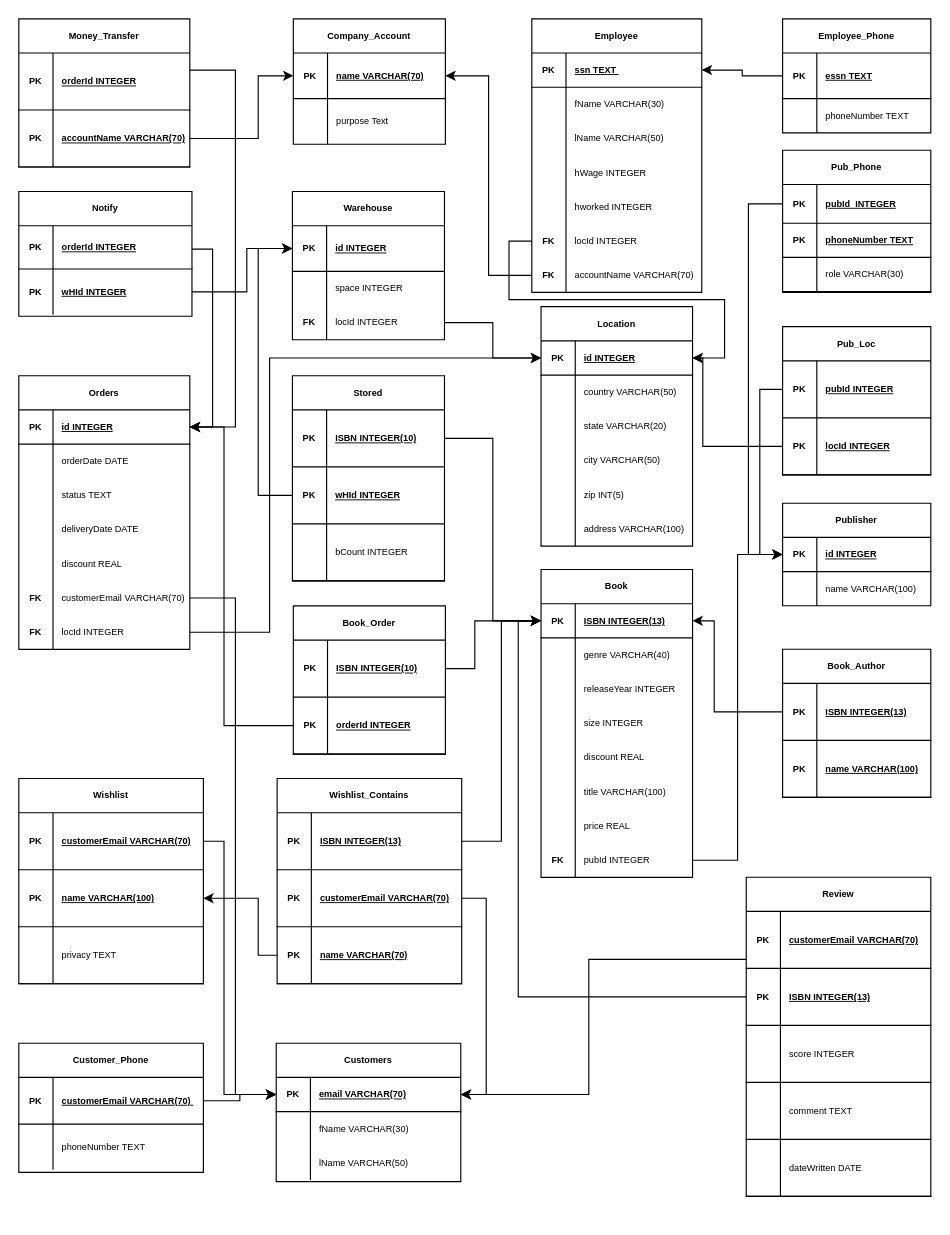
Above: RelatioalSchema.drawio in Will-Blanton/CSE_3241_Project (draw.io), before the change. Source tidied: cells renumbered, new cells numbered last; positions are measured from the earlier drawing's top-left corner, leaving out a move shared by most shapes. Both pictures are drawn from the tidied source at 114%, with x=0, y=0 at pixel (18, 7).
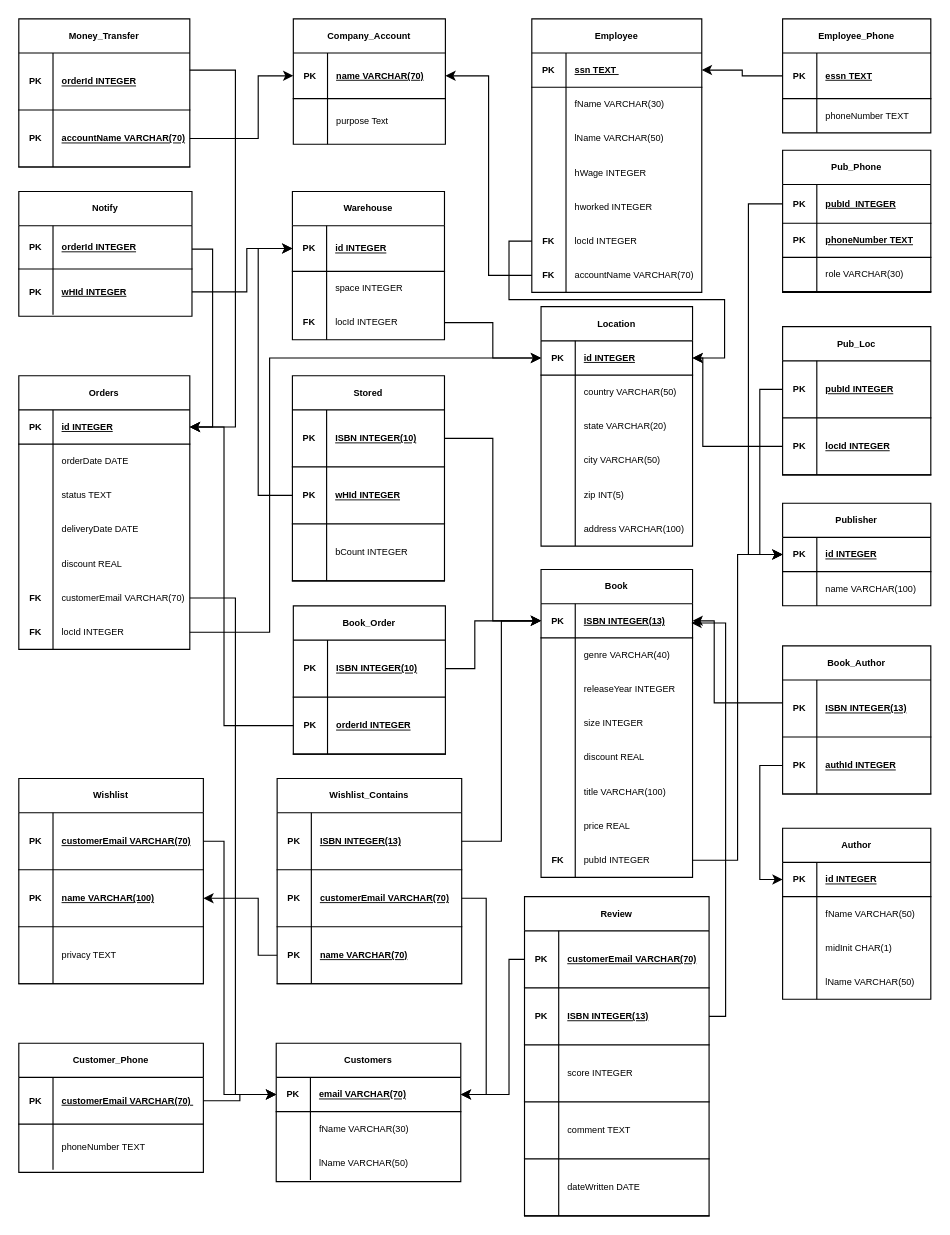
The same diagram, later.

Commit message:
Added author attribute

Unchanged cells that the change refers to:
```xml
<mxCell id="2" style="group;fontSize=8;" parent="1" vertex="1">
  <mxGeometry width="811.9" height="1060" as="geometry" />
</mxCell>
<mxCell id="45" style="shape=partialRectangle;fillColor=none;points=[[0,0.5],[1,0.5]];portConstraint=eastwest;top=0;left=0;right=0;bottom=1;fontSize=8;" parent="44" vertex="1">
  <mxGeometry y="30" width="161.9" height="30" as="geometry" />
</mxCell>
<mxCell id="76" style="shape=partialRectangle;fillColor=none;points=[[0,0.5],[1,0.5]];portConstraint=eastwest;top=0;left=0;right=0;bottom=1;fontSize=8;" parent="75" vertex="1">
  <mxGeometry y="30" width="132.9" height="30" as="geometry" />
</mxCell>
<mxCell id="101" style="shape=partialRectangle;fillColor=none;points=[[0,0.5],[1,0.5]];portConstraint=eastwest;top=0;left=0;right=0;bottom=1;fontSize=8;" parent="100" vertex="1">
  <mxGeometry y="30" width="130" height="50" as="geometry" />
</mxCell>
<mxCell id="104" style="shape=partialRectangle;fillColor=none;points=[[0,0.5],[1,0.5]];portConstraint=eastwest;top=0;left=0;right=0;bottom=1;fontSize=8;" parent="100" vertex="1">
  <mxGeometry y="80" width="130" height="50" as="geometry" />
</mxCell>
<mxCell id="128" style="shape=partialRectangle;fillColor=none;points=[[0,0.5],[1,0.5]];portConstraint=eastwest;top=0;left=0;right=0;bottom=1;fontSize=8;" parent="127" vertex="1">
  <mxGeometry y="30" width="161.9" height="50" as="geometry" />
</mxCell>
<mxCell id="131" style="shape=partialRectangle;fillColor=none;points=[[0,0.5],[1,0.5]];portConstraint=eastwest;top=0;left=0;right=0;bottom=1;fontSize=8;" parent="127" vertex="1">
  <mxGeometry y="80" width="161.9" height="50" as="geometry" />
</mxCell>
```

Change to the diagram source:
```diff
@@
     <mxCell id="100" value="Book_Author" style="shape=table;startSize=30;childLayout=tableLayout;rowLines=0;fontStyle=1;align=center;fontSize=8;" parent="2" vertex="1">
-      <mxGeometry x="670" y="563" width="130" height="130" as="geometry" />
+      <mxGeometry x="670" y="560" width="130" height="130" as="geometry" />
     </mxCell>
@@
-    <mxCell id="106" value="name VARCHAR(100)" style="shape=partialRectangle;overflow=hidden;fillColor=none;top=0;left=0;bottom=0;right=0;align=left;spacingLeft=6;fontStyle=5;fontSize=8;" parent="104" vertex="1">
+    <mxCell id="106" value="authId INTEGER" style="shape=partialRectangle;overflow=hidden;fillColor=none;top=0;left=0;bottom=0;right=0;align=left;spacingLeft=6;fontStyle=5;fontSize=8;" parent="104" vertex="1">
       <mxGeometry x="30" width="100" height="50" as="geometry" />
     </mxCell>
@@
     <mxCell id="127" value="Review" style="shape=table;startSize=30;childLayout=tableLayout;rowLines=0;fontStyle=1;align=center;fontSize=8;" parent="2" vertex="1">
-      <mxGeometry x="638.1" y="763" width="161.9" height="280" as="geometry" />
+      <mxGeometry x="443.6" y="780" width="161.9" height="280" as="geometry" />
     </mxCell>
@@
     <mxCell id="216" style="edgeStyle=orthogonalEdgeStyle;rounded=0;jettySize=auto;html=1;entryX=1;entryY=0.5;entryDx=0;entryDy=0;fontSize=8;" parent="2" edge="1" source="128" target="45">
       <mxGeometry relative="1" as="geometry">
         <Array as="points">
-          <mxPoint x="500" y="835" />
-          <mxPoint x="500" y="954" />
+          <mxPoint x="430" y="835" />
+          <mxPoint x="430" y="954" />
         </Array>
       </mxGeometry>
     </mxCell>
@@
     <mxCell id="224" style="edgeStyle=orthogonalEdgeStyle;rounded=0;jettySize=auto;html=1;entryX=1;entryY=0.5;entryDx=0;entryDy=0;" parent="2" edge="1" source="101" target="76">
       <mxGeometry relative="1" as="geometry">
         <Array as="points">
-          <mxPoint x="610" y="618" />
+          <mxPoint x="610" y="610" />
           <mxPoint x="610" y="538" />
         </Array>
       </mxGeometry>
     </mxCell>
@@
-    <mxCell id="228" style="edgeStyle=orthogonalEdgeStyle;rounded=0;jettySize=auto;html=1;entryX=0;entryY=0.5;entryDx=0;entryDy=0;" parent="2" edge="1" source="131" target="76">
-      <mxGeometry relative="1" as="geometry" />
-    </mxCell>
@@
+    <mxCell id="256" style="edgeStyle=orthogonalEdgeStyle;rounded=0;jettySize=auto;html=1;" parent="2" edge="1" source="131">
+      <mxGeometry relative="1" as="geometry">
+        <mxPoint x="590" y="540" as="targetPoint" />
+        <Array as="points">
+          <mxPoint x="620" y="885" />
+          <mxPoint x="620" y="540" />
+        </Array>
+      </mxGeometry>
+    </mxCell>
@@
+    <mxCell id="257" value="Author" style="shape=table;startSize=30;childLayout=tableLayout;rowLines=0;fontStyle=1;align=center;fontSize=8;" parent="1" vertex="1">
+      <mxGeometry x="670" y="720" width="130" height="150" as="geometry" />
+    </mxCell>
+    <mxCell id="258" style="shape=partialRectangle;fillColor=none;points=[[0,0.5],[1,0.5]];portConstraint=eastwest;top=0;left=0;right=0;bottom=1;fontSize=8;" parent="257" vertex="1">
+      <mxGeometry y="30" width="130" height="30" as="geometry" />
+    </mxCell>
+    <mxCell id="259" value="PK" style="shape=partialRectangle;overflow=hidden;fillColor=none;top=0;left=0;bottom=0;right=0;fontStyle=1;fontSize=8;" parent="258" vertex="1">
+      <mxGeometry width="30" height="30" as="geometry" />
+    </mxCell>
+    <mxCell id="260" value="id INTEGER" style="shape=partialRectangle;overflow=hidden;fillColor=none;top=0;left=0;bottom=0;right=0;align=left;spacingLeft=6;fontStyle=5;fontSize=8;" parent="258" vertex="1">
+      <mxGeometry x="30" width="100" height="30" as="geometry" />
+    </mxCell>
+    <mxCell id="261" style="shape=partialRectangle;fillColor=none;top=0;left=0;right=0;bottom=0;fontSize=8;" parent="257" vertex="1">
+      <mxGeometry y="60" width="130" height="30" as="geometry" />
+    </mxCell>
+    <mxCell id="262" style="shape=partialRectangle;overflow=hidden;fillColor=none;top=0;left=0;bottom=0;right=0;fontSize=8;" parent="261" vertex="1">
+      <mxGeometry width="30" height="30" as="geometry" />
+    </mxCell>
+    <mxCell id="263" value="fName VARCHAR(50) " style="shape=partialRectangle;overflow=hidden;fillColor=none;top=0;left=0;bottom=0;right=0;align=left;spacingLeft=6;fontSize=8;" parent="261" vertex="1">
+      <mxGeometry x="30" width="100" height="30" as="geometry" />
+    </mxCell>
+    <mxCell id="264" style="shape=partialRectangle;fillColor=none;top=0;left=0;right=0;bottom=0;fontSize=8;" parent="257" vertex="1">
+      <mxGeometry y="90" width="130" height="30" as="geometry" />
+    </mxCell>
+    <mxCell id="265" style="shape=partialRectangle;overflow=hidden;fillColor=none;top=0;left=0;bottom=0;right=0;fontSize=8;" parent="264" vertex="1">
+      <mxGeometry width="30" height="30" as="geometry" />
+    </mxCell>
+    <mxCell id="266" value="midInit CHAR(1)" style="shape=partialRectangle;overflow=hidden;fillColor=none;top=0;left=0;bottom=0;right=0;align=left;spacingLeft=6;fontSize=8;" parent="264" vertex="1">
+      <mxGeometry x="30" width="100" height="30" as="geometry" />
+    </mxCell>
+    <mxCell id="267" style="shape=partialRectangle;fillColor=none;top=0;left=0;right=0;bottom=0;fontSize=8;" parent="257" vertex="1">
+      <mxGeometry y="120" width="130" height="30" as="geometry" />
+    </mxCell>
+    <mxCell id="268" style="shape=partialRectangle;overflow=hidden;fillColor=none;top=0;left=0;bottom=0;right=0;fontSize=8;" parent="267" vertex="1">
+      <mxGeometry width="30" height="30" as="geometry" />
+    </mxCell>
+    <mxCell id="269" value="lName VARCHAR(50)" style="shape=partialRectangle;overflow=hidden;fillColor=none;top=0;left=0;bottom=0;right=0;align=left;spacingLeft=6;fontSize=8;" parent="267" vertex="1">
+      <mxGeometry x="30" width="100" height="30" as="geometry" />
+    </mxCell>
+    <mxCell id="270" style="edgeStyle=orthogonalEdgeStyle;rounded=0;jettySize=auto;html=1;entryX=0;entryY=0.5;entryDx=0;entryDy=0;" parent="1" edge="1" source="104" target="258">
+      <mxGeometry relative="1" as="geometry" />
+    </mxCell>
```
